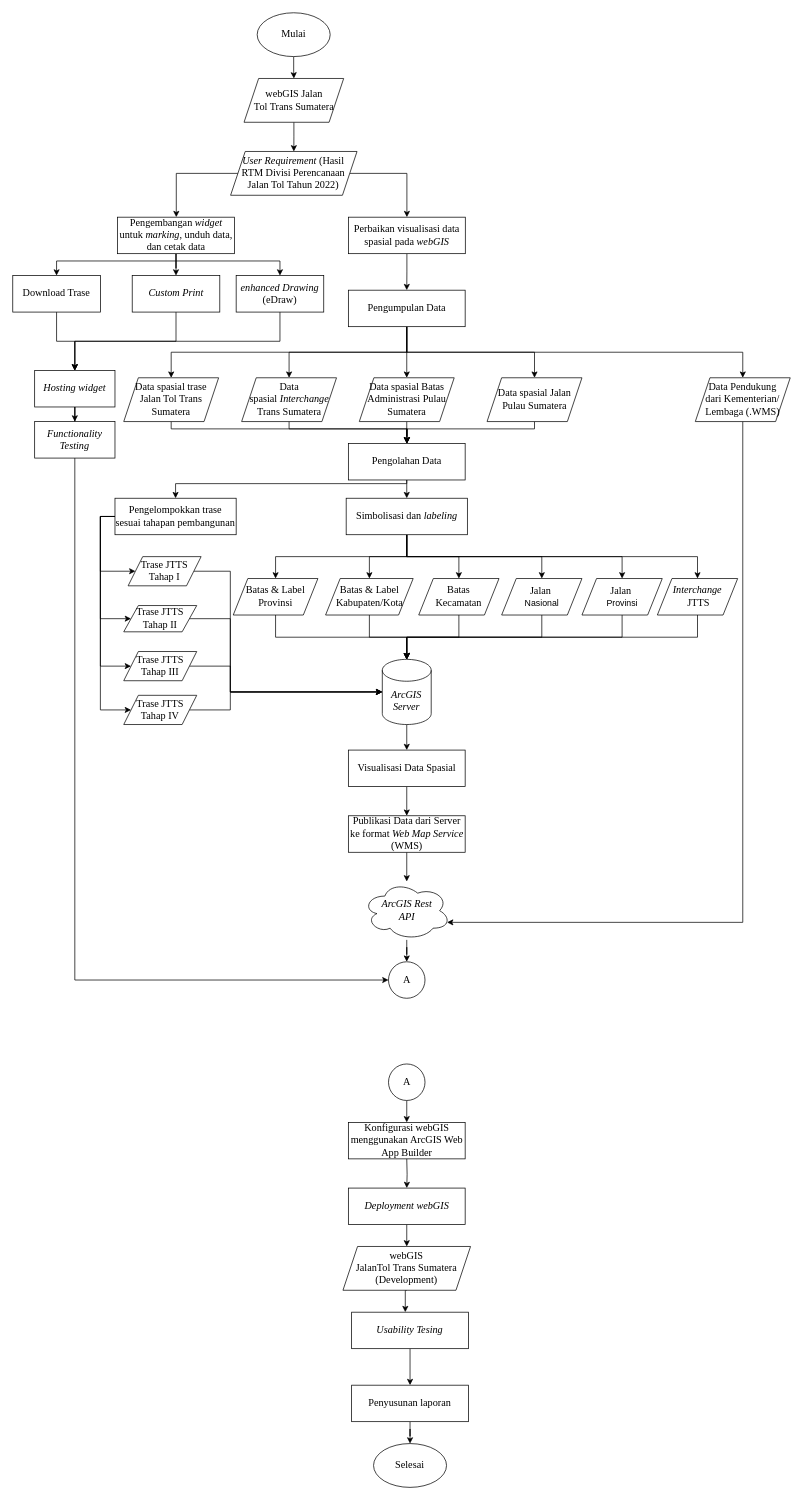
The draw.io diagram page "Rev2 BAB1-2" (4 of 4) of Proyek Akhir Dhany Yudi Prasetyo.drawio in dhanyyudi/filediagramalir, before the edit. Source tidied: cells renumbered, new cells numbered last; positions are measured from the earlier drawing's top-left corner, leaving out a move shared by most shapes. Both pictures are drawn from the tidied source at 73%, with x=0, y=0 at pixel (12, 12).
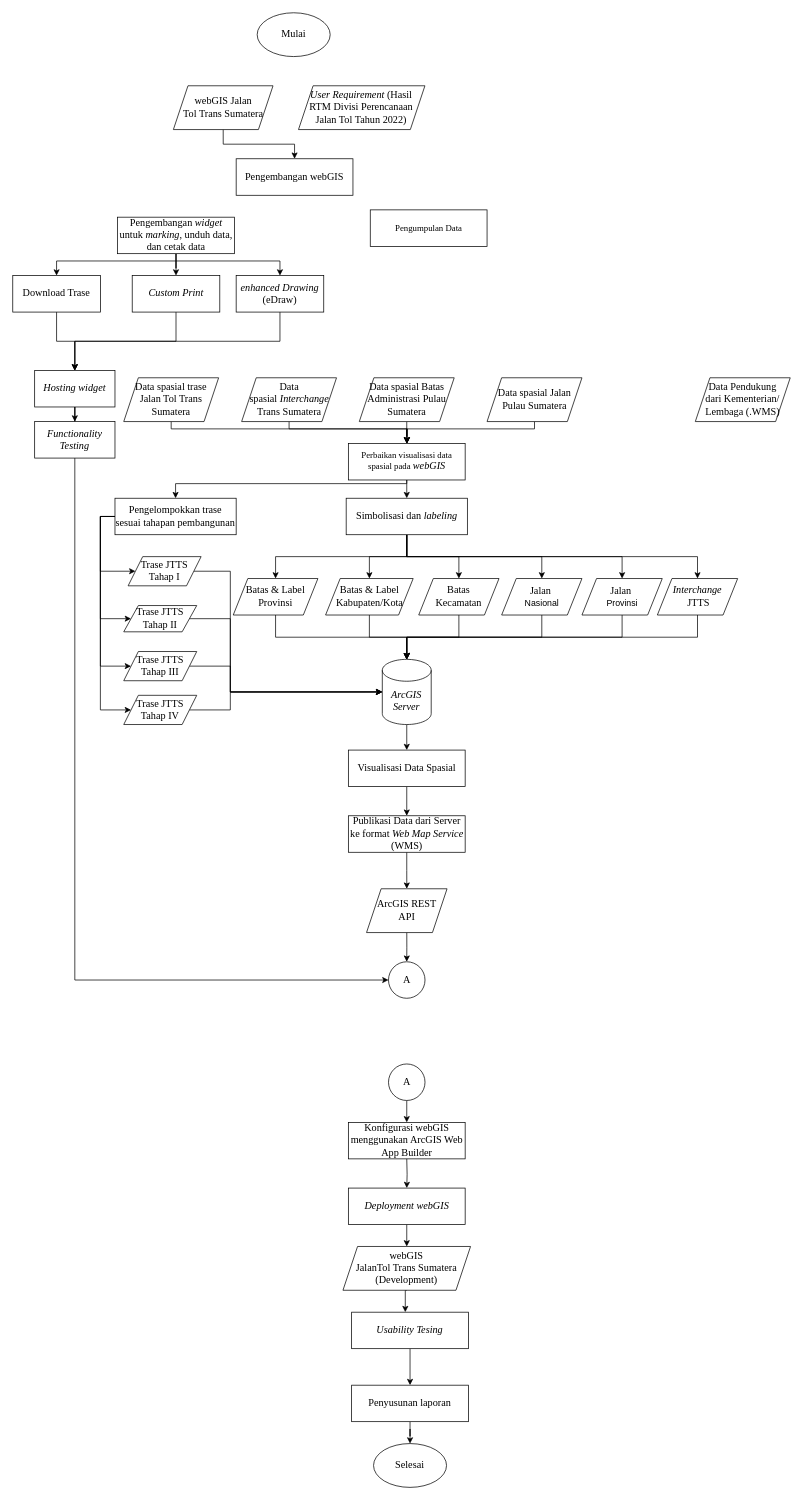
The same page after the edit.

Unchanged cells that the change refers to:
```xml
<mxCell id="3" value="&lt;font face=&quot;Times New Roman&quot; style=&quot;font-size: 14px;&quot;&gt;Mulai&lt;/font&gt;" style="ellipse;whiteSpace=wrap;html=1;" parent="1" vertex="1">
  <mxGeometry x="334.8" width="100" height="60" as="geometry" />
</mxCell>
<mxCell id="16" value="&lt;font face=&quot;Times New Roman&quot; style=&quot;font-size: 14px;&quot;&gt;Data spasial trase Jalan Tol Trans &lt;br&gt;Sumatera&lt;/font&gt;" style="shape=parallelogram;perimeter=parallelogramPerimeter;whiteSpace=wrap;html=1;fixedSize=1;" parent="1" vertex="1">
  <mxGeometry x="152" y="500" width="130" height="60" as="geometry" />
</mxCell>
<mxCell id="26" value="&lt;font face=&quot;Times New Roman&quot; style=&quot;font-size: 14px;&quot;&gt;Data spasial&amp;nbsp;&lt;i&gt;Interchange&lt;/i&gt; Trans Sumatera&lt;/font&gt;" style="shape=parallelogram;perimeter=parallelogramPerimeter;whiteSpace=wrap;html=1;fixedSize=1;" parent="1" vertex="1">
  <mxGeometry x="313.5" y="500" width="130" height="60" as="geometry" />
</mxCell>
<mxCell id="28" value="&lt;font face=&quot;Times New Roman&quot; style=&quot;font-size: 14px;&quot;&gt;Data spasial Batas Administrasi Pulau Sumatera&lt;/font&gt;" style="shape=parallelogram;perimeter=parallelogramPerimeter;whiteSpace=wrap;html=1;fixedSize=1;" parent="1" vertex="1">
  <mxGeometry x="474.7" y="500" width="130" height="60" as="geometry" />
</mxCell>
<mxCell id="60" value="&lt;font face=&quot;Times New Roman&quot; style=&quot;font-size: 14px;&quot;&gt;Data Pendukung &lt;br&gt;dari Kementerian/&lt;br&gt;Lembaga (.WMS)&lt;/font&gt;" style="shape=parallelogram;perimeter=parallelogramPerimeter;whiteSpace=wrap;html=1;fixedSize=1;" parent="1" vertex="1">
  <mxGeometry x="935" y="500" width="130" height="60" as="geometry" />
</mxCell>
<mxCell id="61" value="&lt;font style=&quot;font-size: 14px;&quot; face=&quot;Times New Roman&quot;&gt;A&lt;/font&gt;" style="ellipse;whiteSpace=wrap;html=1;" parent="1" vertex="1">
  <mxGeometry x="514.7" y="1300" width="50" height="50" as="geometry" />
</mxCell>
<mxCell id="69" value="&lt;font face=&quot;Times New Roman&quot;&gt;&lt;span style=&quot;font-size: 14px;&quot;&gt;Data spasial Jalan Pulau Sumatera&lt;/span&gt;&lt;/font&gt;" style="shape=parallelogram;perimeter=parallelogramPerimeter;whiteSpace=wrap;html=1;fixedSize=1;" parent="1" vertex="1">
  <mxGeometry x="649.7" y="500" width="130" height="60" as="geometry" />
</mxCell>
<mxCell id="79" value="&lt;font style=&quot;font-size: 14px;&quot;&gt;Publikasi Data dari Server ke format &lt;i&gt;Web Map Service&lt;/i&gt; (WMS)&lt;/font&gt;" style="rounded=0;whiteSpace=wrap;html=1;fontFamily=Times New Roman;" parent="1" vertex="1">
  <mxGeometry x="459.7" y="1100" width="160" height="50" as="geometry" />
</mxCell>
<mxCell id="83" value="&lt;font style=&quot;font-size: 14px;&quot;&gt;Pengembangan &lt;i&gt;widget&lt;/i&gt; untuk &lt;i&gt;marking&lt;/i&gt;, unduh data, dan cetak data&lt;/font&gt;" style="rounded=0;whiteSpace=wrap;html=1;fontFamily=Times New Roman;" parent="1" vertex="1">
  <mxGeometry x="143.6" y="280" width="160" height="50" as="geometry" />
</mxCell>
```

What changed in the source:
```diff
@@
-    <mxCell id="2" style="edgeStyle=orthogonalEdgeStyle;rounded=0;jettySize=auto;html=1;" parent="1" edge="1" source="3" target="65">
-      <mxGeometry relative="1" as="geometry" />
-    </mxCell>
@@
-    <mxCell id="4" style="edgeStyle=orthogonalEdgeStyle;rounded=0;jettySize=auto;html=1;exitX=0.5;exitY=1;exitDx=0;exitDy=0;" parent="1" edge="1" source="9" target="16">
-      <mxGeometry relative="1" as="geometry" />
-    </mxCell>
-    <mxCell id="5" style="edgeStyle=orthogonalEdgeStyle;rounded=0;jettySize=auto;html=1;exitX=0.5;exitY=1;exitDx=0;exitDy=0;" parent="1" edge="1" source="9" target="26">
-      <mxGeometry relative="1" as="geometry" />
-    </mxCell>
-    <mxCell id="6" style="edgeStyle=orthogonalEdgeStyle;rounded=0;jettySize=auto;html=1;exitX=0.5;exitY=1;exitDx=0;exitDy=0;" parent="1" edge="1" source="9" target="28">
-      <mxGeometry relative="1" as="geometry" />
-    </mxCell>
-    <mxCell id="7" style="edgeStyle=orthogonalEdgeStyle;rounded=0;jettySize=auto;html=1;exitX=0.5;exitY=1;exitDx=0;exitDy=0;entryX=0.5;entryY=0;entryDx=0;entryDy=0;" parent="1" edge="1" source="9" target="69">
-      <mxGeometry relative="1" as="geometry" />
-    </mxCell>
-    <mxCell id="8" style="edgeStyle=orthogonalEdgeStyle;rounded=0;jettySize=auto;html=1;exitX=0.5;exitY=1;exitDx=0;exitDy=0;" parent="1" edge="1" source="9" target="60">
-      <mxGeometry relative="1" as="geometry" />
-    </mxCell>
-    <mxCell id="9" value="&lt;font style=&quot;font-size: 14px;&quot;&gt;Pengumpulan Data&lt;/font&gt;" style="rounded=0;whiteSpace=wrap;html=1;fontFamily=Times New Roman;" parent="1" vertex="1">
-      <mxGeometry x="459.7" y="380" width="160" height="50" as="geometry" />
+    <mxCell id="9" value="Pengumpulan Data" style="rounded=0;whiteSpace=wrap;html=1;fontFamily=Times New Roman;" parent="1" vertex="1">
+      <mxGeometry x="489.7" y="270" width="160" height="50" as="geometry" />
     </mxCell>
@@
-    <mxCell id="12" value="&lt;font style=&quot;font-size: 14px;&quot;&gt;Pengolahan Data&lt;/font&gt;" style="rounded=0;whiteSpace=wrap;html=1;fontFamily=Times New Roman;" parent="1" vertex="1">
+    <mxCell id="12" value="Perbaikan visualisasi data spasial pada&amp;nbsp;&lt;i style=&quot;border-color: var(--border-color); font-size: 14px;&quot;&gt;webGIS&lt;/i&gt;" style="rounded=0;whiteSpace=wrap;html=1;fontFamily=Times New Roman;" parent="1" vertex="1">
       <mxGeometry x="459.7" y="590" width="160" height="50" as="geometry" />
     </mxCell>
@@
-    <mxCell id="57" style="edgeStyle=orthogonalEdgeStyle;rounded=0;jettySize=auto;html=1;" parent="1" edge="1" source="58" target="61">
-      <mxGeometry relative="1" as="geometry" />
-    </mxCell>
-    <mxCell id="58" value="&lt;font face=&quot;Times New Roman&quot; style=&quot;font-size: 14px;&quot;&gt;&lt;i&gt;ArcGIS Rest &lt;br&gt;API&lt;/i&gt;&lt;/font&gt;" style="ellipse;shape=cloud;whiteSpace=wrap;html=1;" parent="1" vertex="1">
-      <mxGeometry x="479.7" y="1190" width="120" height="80" as="geometry" />
-    </mxCell>
-    <mxCell id="59" style="edgeStyle=orthogonalEdgeStyle;rounded=0;jettySize=auto;html=1;exitX=0.5;exitY=1;exitDx=0;exitDy=0;entryX=0.96;entryY=0.7;entryDx=0;entryDy=0;entryPerimeter=0;" parent="1" edge="1" source="60" target="58">
-      <mxGeometry relative="1" as="geometry">
-        <Array as="points">
-          <mxPoint x="1000" y="1246" />
-        </Array>
-      </mxGeometry>
-    </mxCell>
@@
-    <mxCell id="64" style="edgeStyle=orthogonalEdgeStyle;rounded=0;jettySize=auto;html=1;" parent="1" edge="1" source="65" target="86">
-      <mxGeometry relative="1" as="geometry" />
-    </mxCell>
+    <mxCell id="99" style="edgeStyle=orthogonalEdgeStyle;rounded=0;jettySize=auto;html=1;exitX=0.5;exitY=1;exitDx=0;exitDy=0;" parent="1" edge="1" source="65" target="101">
+      <mxGeometry relative="1" as="geometry" />
+    </mxCell>
     <mxCell id="65" value="&lt;font face=&quot;Times New Roman&quot;&gt;&lt;span style=&quot;font-size: 14px;&quot;&gt;webGIS Jalan &lt;br&gt;Tol Trans Sumatera&lt;/span&gt;&lt;/font&gt;" style="shape=parallelogram;perimeter=parallelogramPerimeter;whiteSpace=wrap;html=1;fixedSize=1;" parent="1" vertex="1">
-      <mxGeometry x="316.8" y="90" width="136.5" height="60" as="geometry" />
+      <mxGeometry x="220" y="100" width="136.5" height="60" as="geometry" />
     </mxCell>
@@
-    <mxCell id="78" style="edgeStyle=orthogonalEdgeStyle;rounded=0;jettySize=auto;html=1;" parent="1" edge="1" source="79" target="58">
-      <mxGeometry relative="1" as="geometry" />
-    </mxCell>
+    <mxCell id="100" style="edgeStyle=orthogonalEdgeStyle;rounded=0;jettySize=auto;html=1;exitX=0.5;exitY=1;exitDx=0;exitDy=0;entryX=0.5;entryY=0;entryDx=0;entryDy=0;" parent="1" edge="1" source="79" target="103">
+      <mxGeometry relative="1" as="geometry" />
+    </mxCell>
@@
-    <mxCell id="84" style="edgeStyle=orthogonalEdgeStyle;rounded=0;jettySize=auto;html=1;exitX=0;exitY=0.5;exitDx=0;exitDy=0;" parent="1" edge="1" source="86" target="83">
-      <mxGeometry relative="1" as="geometry">
-        <Array as="points">
-          <mxPoint x="224" y="220" />
-        </Array>
-      </mxGeometry>
-    </mxCell>
-    <mxCell id="85" style="edgeStyle=orthogonalEdgeStyle;rounded=0;jettySize=auto;html=1;exitX=1;exitY=0.5;exitDx=0;exitDy=0;entryX=0.5;entryY=0;entryDx=0;entryDy=0;" parent="1" edge="1" source="86" target="88">
-      <mxGeometry relative="1" as="geometry">
-        <Array as="points">
-          <mxPoint x="540" y="220" />
-        </Array>
-      </mxGeometry>
-    </mxCell>
     <mxCell id="86" value="&lt;font face=&quot;Times New Roman&quot;&gt;&lt;span style=&quot;font-size: 14px;&quot;&gt;&lt;i&gt;User Requirement&lt;/i&gt; (Hasil RTM Divisi Perencanaan Jalan Tol Tahun 2022)&lt;/span&gt;&lt;/font&gt;" style="shape=parallelogram;perimeter=parallelogramPerimeter;whiteSpace=wrap;html=1;fixedSize=1;" parent="1" vertex="1">
-      <mxGeometry x="298.4" y="190" width="173.2" height="60" as="geometry" />
+      <mxGeometry x="391.4" y="100" width="173.2" height="60" as="geometry" />
     </mxCell>
-    <mxCell id="87" style="edgeStyle=orthogonalEdgeStyle;rounded=0;jettySize=auto;html=1;" parent="1" edge="1" source="88" target="9">
-      <mxGeometry relative="1" as="geometry" />
-    </mxCell>
-    <mxCell id="88" value="&lt;span style=&quot;font-size: 14px;&quot;&gt;Perbaikan visualisasi data spasial pada &lt;i&gt;webGIS&lt;/i&gt;&lt;/span&gt;" style="rounded=0;whiteSpace=wrap;html=1;fontFamily=Times New Roman;" parent="1" vertex="1">
-      <mxGeometry x="459.9" y="280" width="160" height="50" as="geometry" />
-    </mxCell>
@@
+    <mxCell id="101" value="&lt;span style=&quot;font-size: 14px;&quot;&gt;Pengembangan webGIS&lt;/span&gt;" style="rounded=0;whiteSpace=wrap;html=1;fontFamily=Times New Roman;" parent="1" vertex="1">
+      <mxGeometry x="306" y="200" width="160" height="50" as="geometry" />
+    </mxCell>
+    <mxCell id="102" style="edgeStyle=orthogonalEdgeStyle;rounded=0;jettySize=auto;html=1;exitX=0.5;exitY=1;exitDx=0;exitDy=0;entryX=0.5;entryY=0;entryDx=0;entryDy=0;" parent="1" edge="1" source="103" target="61">
+      <mxGeometry relative="1" as="geometry" />
+    </mxCell>
+    <mxCell id="103" value="&lt;font face=&quot;Times New Roman&quot;&gt;&lt;span style=&quot;font-size: 14px;&quot;&gt;ArcGIS REST &lt;br&gt;API&lt;/span&gt;&lt;/font&gt;" style="shape=parallelogram;perimeter=parallelogramPerimeter;whiteSpace=wrap;html=1;fixedSize=1;" parent="1" vertex="1">
+      <mxGeometry x="484.6" y="1200" width="110.3" height="60" as="geometry" />
+    </mxCell>
```
